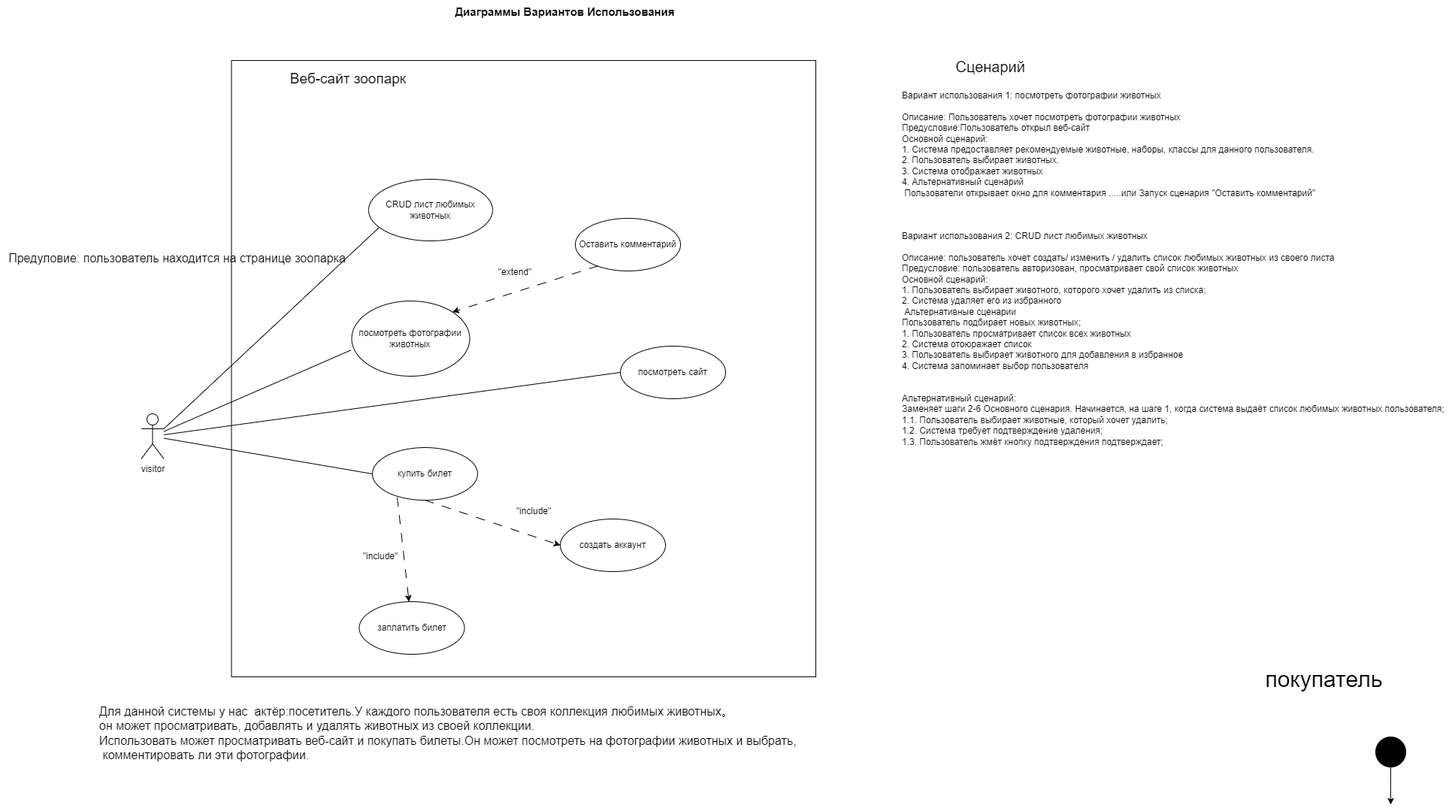
Above: lab4.drawio.png in xiangxiang3451/OOAP_UML_Diagram (draw.io), before the change. Source tidied: cells renumbered, new cells last; positions are measured from the earlier drawing's top-left corner, leaving out a move shared by most shapes. Its diagram source:
```xml
<mxGraphModel>
  <root>
    <mxCell id="0" />
    <mxCell id="1" parent="0" />
    <mxCell id="2" style="html=1;whiteSpace=wrap;" parent="1" vertex="1">
      <mxGeometry x="307.5" y="80" width="777.5" height="820" as="geometry" />
    </mxCell>
    <mxCell id="3" value="visitor" style="shape=umlActor;verticalLabelPosition=bottom;verticalAlign=top;html=1;" parent="1" vertex="1">
      <mxGeometry x="187.5" y="550" width="30" height="60" as="geometry" />
    </mxCell>
    <mxCell id="4" value="создать аккаунт" style="ellipse;whiteSpace=wrap;html=1;" parent="1" vertex="1">
      <mxGeometry x="745" y="690" width="140" height="70" as="geometry" />
    </mxCell>
    <mxCell id="5" value="купить билет" style="ellipse;whiteSpace=wrap;html=1;" parent="1" vertex="1">
      <mxGeometry x="495" y="595" width="140" height="70" as="geometry" />
    </mxCell>
    <mxCell id="6" value="посмотреть сайт" style="ellipse;whiteSpace=wrap;html=1;" parent="1" vertex="1">
      <mxGeometry x="825" y="460" width="140" height="70" as="geometry" />
    </mxCell>
    <mxCell id="7" style="endArrow=none;html=1;rounded=0;entryX=0;entryY=0.5;entryDx=0;entryDy=0;shadow=0;jumpStyle=none;" parent="1" edge="1" source="3" target="6">
      <mxGeometry relative="1" as="geometry" />
    </mxCell>
    <mxCell id="8" style="endArrow=none;html=1;rounded=0;entryX=0;entryY=0.5;entryDx=0;entryDy=0;shadow=0;jumpStyle=none;" parent="1" edge="1" source="3" target="5">
      <mxGeometry relative="1" as="geometry" />
    </mxCell>
    <mxCell id="9" style="endArrow=classic;html=1;rounded=0;entryX=0;entryY=0.5;entryDx=0;entryDy=0;exitX=0.5;exitY=1;exitDx=0;exitDy=0;dashed=1;dashPattern=12 12;shadow=0;jumpStyle=none;" parent="1" edge="1" source="5" target="4">
      <mxGeometry relative="1" as="geometry" />
    </mxCell>
    <mxCell id="10" value="&quot;include&quot;" style="text;html=1;strokeColor=none;fillColor=none;align=center;verticalAlign=middle;whiteSpace=wrap;rounded=0;" parent="1" vertex="1">
      <mxGeometry x="680" y="665" width="60" height="30" as="geometry" />
    </mxCell>
    <mxCell id="11" value="посмотреть фотографии животных" style="ellipse;whiteSpace=wrap;html=1;" parent="1" vertex="1">
      <mxGeometry x="467.5" y="400" width="157" height="100" as="geometry" />
    </mxCell>
    <mxCell id="12" style="endArrow=none;html=1;rounded=0;entryX=-0.007;entryY=0.654;entryDx=0;entryDy=0;entryPerimeter=0;shadow=0;jumpStyle=none;" parent="1" edge="1" source="3" target="11">
      <mxGeometry relative="1" as="geometry" />
    </mxCell>
    <mxCell id="13" value="Оставить комментарий" style="ellipse;whiteSpace=wrap;html=1;" parent="1" vertex="1">
      <mxGeometry x="765" y="290" width="140" height="70" as="geometry" />
    </mxCell>
    <mxCell id="14" style="endArrow=classic;html=1;rounded=0;exitX=0.213;exitY=0.905;exitDx=0;exitDy=0;dashed=1;dashPattern=12 12;entryX=1;entryY=0;entryDx=0;entryDy=0;exitPerimeter=0;shadow=0;jumpStyle=none;" parent="1" edge="1" source="13" target="11">
      <mxGeometry relative="1" as="geometry" />
    </mxCell>
    <mxCell id="15" value="&quot;extend&quot;" style="text;html=1;strokeColor=none;fillColor=none;align=center;verticalAlign=middle;whiteSpace=wrap;rounded=0;" parent="1" vertex="1">
      <mxGeometry x="655" y="347" width="60" height="30" as="geometry" />
    </mxCell>
    <mxCell id="16" value="CRUD лист любимых животных" style="ellipse;whiteSpace=wrap;html=1;" parent="1" vertex="1">
      <mxGeometry x="490" y="238" width="165" height="82" as="geometry" />
    </mxCell>
    <mxCell id="17" value="заплатить билет" style="ellipse;whiteSpace=wrap;html=1;" parent="1" vertex="1">
      <mxGeometry x="477.5" y="800" width="140" height="70" as="geometry" />
    </mxCell>
    <mxCell id="18" style="endArrow=none;html=1;rounded=0;entryX=0.081;entryY=0.789;entryDx=0;entryDy=0;entryPerimeter=0;exitX=1;exitY=0.3333333333333333;exitDx=0;exitDy=0;exitPerimeter=0;shadow=0;jumpStyle=none;" parent="1" edge="1" source="3" target="16">
      <mxGeometry relative="1" as="geometry" />
    </mxCell>
    <mxCell id="19" style="endArrow=classic;html=1;rounded=0;exitX=0.236;exitY=0.945;exitDx=0;exitDy=0;dashed=1;dashPattern=12 12;exitPerimeter=0;shadow=0;jumpStyle=none;" parent="1" edge="1" source="5" target="17">
      <mxGeometry relative="1" as="geometry" />
    </mxCell>
    <mxCell id="20" value="&quot;include&quot;" style="text;html=1;strokeColor=none;fillColor=none;align=center;verticalAlign=middle;whiteSpace=wrap;rounded=0;" parent="1" vertex="1">
      <mxGeometry x="476" y="725" width="60" height="30" as="geometry" />
    </mxCell>
    <mxCell id="21" value="Веб-сайт зоопарк" style="text;html=1;strokeColor=none;fillColor=none;align=center;verticalAlign=middle;whiteSpace=wrap;rounded=0;fontSize=19;" parent="1" vertex="1">
      <mxGeometry x="302.5" y="90" width="322" height="30" as="geometry" />
    </mxCell>
    <mxCell id="22" value="Вариант использования 1:&amp;nbsp;посмотреть фотографии животных&amp;nbsp;&lt;br&gt;&lt;br&gt;Описание: Пользователь хочет&amp;nbsp;посмотреть фотографии животных&lt;br&gt;Предусловие:Пользователь открыл веб-сайт&lt;br&gt;Основной сценарий:&lt;br&gt;1. Система предоставляет рекомендуемые животные, наборы, классы для данного пользователя.&lt;br&gt;2. Пользователь выбирает животных.&amp;nbsp;&amp;nbsp;&lt;br&gt;3. Система отображает животных&lt;br&gt;4. Альтернативный сценарий &lt;br&gt;&amp;nbsp;Пользователи открывает окно для комментария .....или Запуск сценария &quot;Оставить комментарий&quot;&lt;br&gt;&lt;br&gt;&lt;br&gt;&lt;br&gt;Вариант использования 2: CRUD лист любимых животных&amp;nbsp;&lt;br&gt;&lt;br&gt;Описание: пользователь хочет создать/ изменить / удалить список любимых животных из своего листа&amp;nbsp;&lt;br&gt;Предусловие: пользователь авторизован, просматривает свой список животных&lt;br&gt;&lt;div&gt;Основной сценарий:&lt;/div&gt;&lt;div&gt;1.&amp;nbsp;&lt;span style=&quot;background-color: initial;&quot;&gt;Пользователь выбирает животного, которого хочет удалить из списка;&lt;/span&gt;&lt;/div&gt;&lt;div&gt;2. Система удаляет его из избранного&lt;/div&gt;&lt;div&gt;&amp;nbsp;Альтернативные сценарии&lt;br&gt;Пользователь подбирает новых животных;&lt;/div&gt;&lt;div&gt;1. Пользователь просматривает список всех животных &lt;br&gt;2. Система отоюражает список&lt;/div&gt;&lt;div&gt;3. Пользователь выбирает животного для добавления в избранное &lt;br&gt;4. Система запоминает выбор пользователя&lt;/div&gt;&lt;div&gt;&lt;br&gt;&lt;/div&gt;&lt;div&gt;&lt;br&gt;&lt;/div&gt;&lt;div&gt;Альтернативный сценарий:&lt;/div&gt;&lt;div&gt;Заменяет шаги 2-6 Основного сценария. Начинается, на шаге 1, когда система выдаёт список любимых животных пользователя;&lt;/div&gt;&lt;div&gt;1.1. Пользователь выбирает животные, который хочет удалить;&lt;/div&gt;&lt;div&gt;1.2. Система требует подтверждение удаления;&lt;/div&gt;&lt;div&gt;1.3. Пользователь жмёт кнопку подтверждения подтверждает;&lt;/div&gt;" style="text;strokeColor=none;fillColor=none;spacing=5;spacingTop=-20;overflow=hidden;rounded=0;verticalAlign=top;whiteSpace=wrap;html=1;" parent="1" vertex="1">
      <mxGeometry x="1195" y="130" width="740" height="500" as="geometry" />
    </mxCell>
    <mxCell id="23" value="&lt;b&gt;&lt;font style=&quot;font-size: 15px;&quot;&gt;Диаграммы Вариантов Использования&lt;/font&gt;&lt;/b&gt;" style="text;html=1;strokeColor=none;fillColor=none;align=center;verticalAlign=middle;whiteSpace=wrap;rounded=0;" parent="1" vertex="1">
      <mxGeometry x="588" width="327" height="30" as="geometry" />
    </mxCell>
    <mxCell id="24" style="edgeStyle=orthogonalEdgeStyle;rounded=0;jettySize=auto;html=1;entryX=0.5;entryY=0;entryDx=0;entryDy=0;" parent="1" edge="1" source="25">
      <mxGeometry relative="1" as="geometry">
        <mxPoint x="1850" y="1070" as="targetPoint" />
      </mxGeometry>
    </mxCell>
    <mxCell id="25" style="ellipse;whiteSpace=wrap;html=1;fillColor=#000000;" parent="1" vertex="1">
      <mxGeometry x="1830" y="980" width="40" height="40" as="geometry" />
    </mxCell>
    <mxCell id="26" value="Для данной системы у нас&amp;nbsp; актёр:посетитель.У каждого пользователя есть своя коллекция любимых животных。&lt;br&gt;он может просматривать, добавлять и удалять животных из своей коллекции.&lt;br&gt;Использовать может просматривать веб-сайт и покупать билеты.Он может посмотреть на фотографии животных и выбрать,&lt;br&gt;&amp;nbsp;комментировать ли эти фотографии." style="text;html=1;align=left;verticalAlign=middle;strokeColor=none;fillColor=none;fontSize=16;" parent="1" vertex="1">
      <mxGeometry x="130" y="930" width="950" height="90" as="geometry" />
    </mxCell>
    <mxCell id="27" value="&lt;span id=&quot;docs-internal-guid-64abe045-7fff-2651-8961-1e99904b20dc&quot;&gt;&lt;/span&gt;&lt;span id=&quot;docs-internal-guid-64abe045-7fff-2651-8961-1e99904b20dc&quot;&gt;&lt;/span&gt;&lt;span id=&quot;docs-internal-guid-64abe045-7fff-2651-8961-1e99904b20dc&quot;&gt;&lt;/span&gt;&lt;span id=&quot;docs-internal-guid-64abe045-7fff-2651-8961-1e99904b20dc&quot;&gt;&lt;/span&gt;" style="text;html=1;align=center;verticalAlign=middle;strokeColor=none;fillColor=none;fontSize=16;" parent="1" vertex="1">
      <mxGeometry x="1215" y="68" width="20" height="10" as="geometry" />
    </mxCell>
    <mxCell id="28" value="&lt;font style=&quot;font-size: 20px;&quot;&gt;Сценарий&amp;nbsp;&lt;/font&gt;" style="text;html=1;align=center;verticalAlign=middle;strokeColor=none;fillColor=none;fontSize=16;" parent="1" vertex="1">
      <mxGeometry x="1260" y="68" width="120" height="40" as="geometry" />
    </mxCell>
    <mxCell id="29" value="&lt;font style=&quot;font-size: 30px;&quot;&gt;покупатель&amp;nbsp;&lt;/font&gt;" style="text;html=1;align=center;verticalAlign=middle;strokeColor=none;fillColor=none;fontSize=16;" parent="1" vertex="1">
      <mxGeometry x="1670" y="878" width="190" height="50" as="geometry" />
    </mxCell>
    <mxCell id="30" value="Предуловие: пользователь находится на странице зоопарка" style="text;html=1;align=center;verticalAlign=middle;strokeColor=none;fillColor=none;fontSize=16;" parent="1" vertex="1">
      <mxGeometry y="328" width="470" height="30" as="geometry" />
    </mxCell>
  </root>
</mxGraphModel>
```
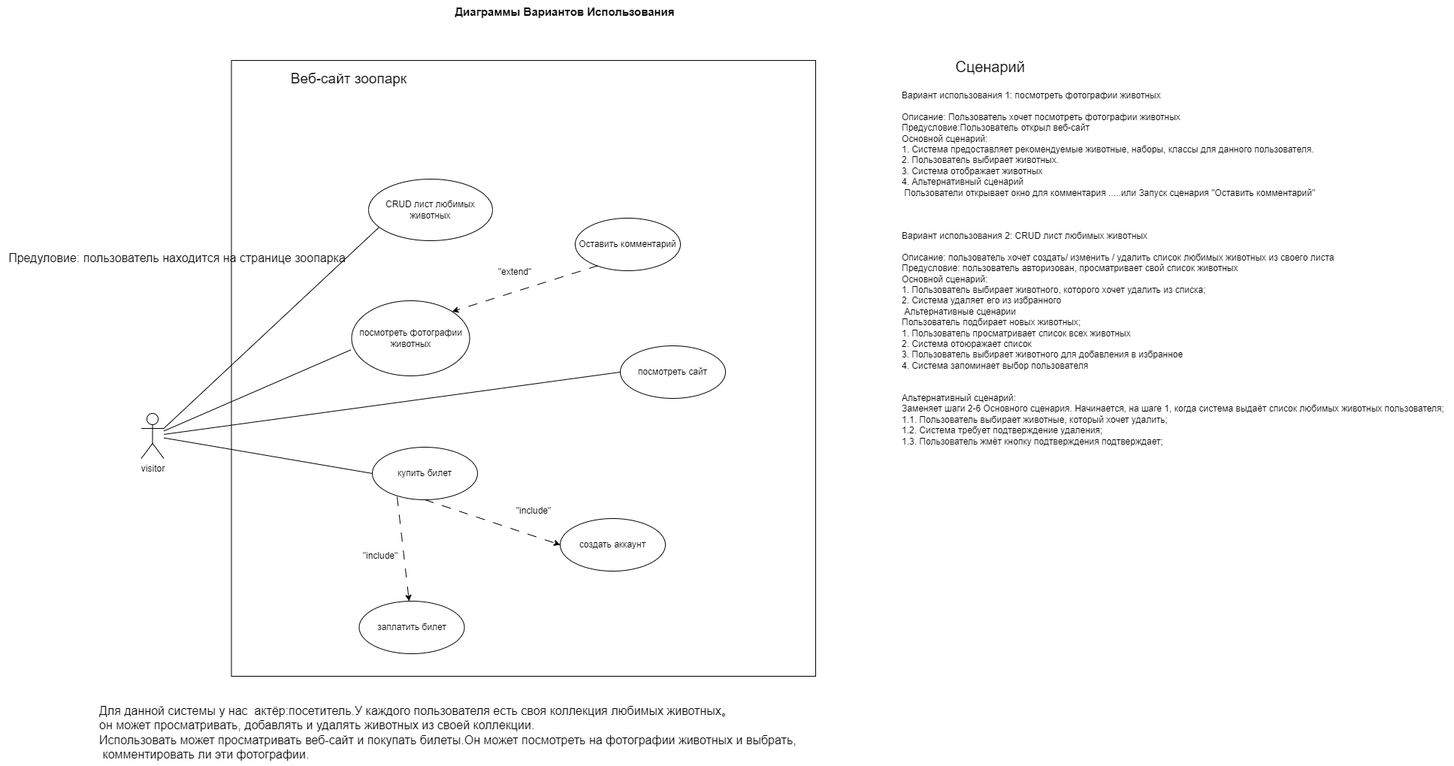
Above is the later version.

Change to the diagram source:
```diff
@@ -68,14 +68,6 @@
     <mxCell id="23" value="&lt;b&gt;&lt;font style=&quot;font-size: 15px;&quot;&gt;Диаграммы Вариантов Использования&lt;/font&gt;&lt;/b&gt;" style="text;html=1;strokeColor=none;fillColor=none;align=center;verticalAlign=middle;whiteSpace=wrap;rounded=0;" parent="1" vertex="1">
       <mxGeometry x="588" width="327" height="30" as="geometry" />
     </mxCell>
-    <mxCell id="24" style="edgeStyle=orthogonalEdgeStyle;rounded=0;jettySize=auto;html=1;entryX=0.5;entryY=0;entryDx=0;entryDy=0;" parent="1" edge="1" source="25">
-      <mxGeometry relative="1" as="geometry">
-        <mxPoint x="1850" y="1070" as="targetPoint" />
-      </mxGeometry>
-    </mxCell>
-    <mxCell id="25" style="ellipse;whiteSpace=wrap;html=1;fillColor=#000000;" parent="1" vertex="1">
-      <mxGeometry x="1830" y="980" width="40" height="40" as="geometry" />
-    </mxCell>
     <mxCell id="26" value="Для данной системы у нас&amp;nbsp; актёр:посетитель.У каждого пользователя есть своя коллекция любимых животных。&lt;br&gt;он может просматривать, добавлять и удалять животных из своей коллекции.&lt;br&gt;Использовать может просматривать веб-сайт и покупать билеты.Он может посмотреть на фотографии животных и выбрать,&lt;br&gt;&amp;nbsp;комментировать ли эти фотографии." style="text;html=1;align=left;verticalAlign=middle;strokeColor=none;fillColor=none;fontSize=16;" parent="1" vertex="1">
       <mxGeometry x="130" y="930" width="950" height="90" as="geometry" />
     </mxCell>
@@ -85,9 +77,6 @@
     <mxCell id="28" value="&lt;font style=&quot;font-size: 20px;&quot;&gt;Сценарий&amp;nbsp;&lt;/font&gt;" style="text;html=1;align=center;verticalAlign=middle;strokeColor=none;fillColor=none;fontSize=16;" parent="1" vertex="1">
       <mxGeometry x="1260" y="68" width="120" height="40" as="geometry" />
     </mxCell>
-    <mxCell id="29" value="&lt;font style=&quot;font-size: 30px;&quot;&gt;покупатель&amp;nbsp;&lt;/font&gt;" style="text;html=1;align=center;verticalAlign=middle;strokeColor=none;fillColor=none;fontSize=16;" parent="1" vertex="1">
-      <mxGeometry x="1670" y="878" width="190" height="50" as="geometry" />
-    </mxCell>
     <mxCell id="30" value="Предуловие: пользователь находится на странице зоопарка" style="text;html=1;align=center;verticalAlign=middle;strokeColor=none;fillColor=none;fontSize=16;" parent="1" vertex="1">
       <mxGeometry y="328" width="470" height="30" as="geometry" />
     </mxCell>
```
